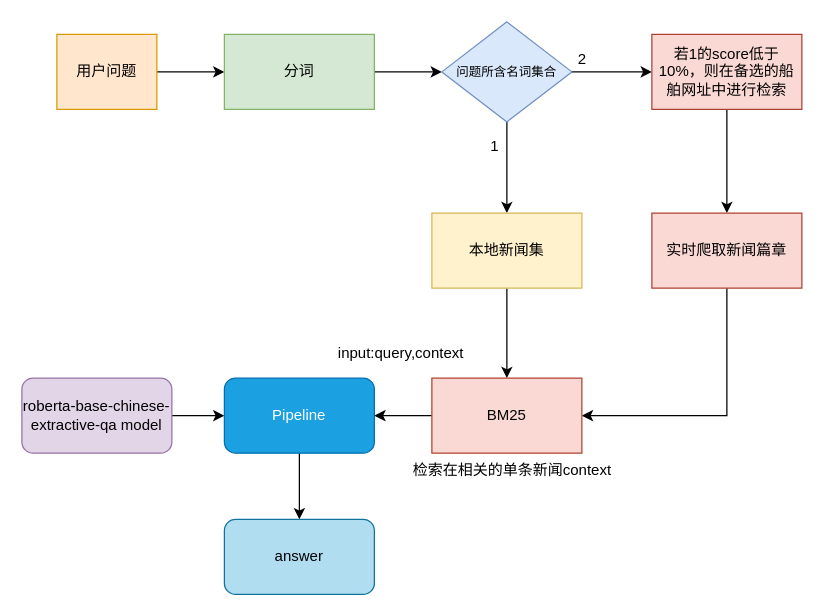
Earlier version of the draw.io diagram mrc module.drawio (zhongjiaguo/angular-ivy-pvt3hm). Source tidied: cells renumbered, new cells numbered last; positions are measured from the earlier drawing's top-left corner, leaving out a move shared by most shapes. Both pictures are drawn from the tidied source at 125%, with x=0, y=0 at pixel (21, 21).
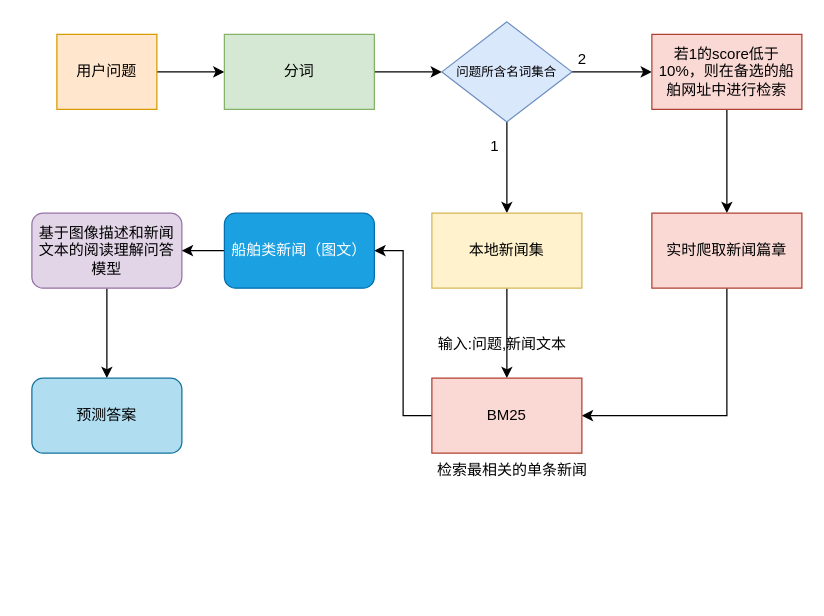
After the change.

Change to the diagram source:
```diff
@@
-    <mxCell id="2" style="edgeStyle=orthogonalEdgeStyle;rounded=0;jettySize=auto;html=1;" parent="1" edge="1" source="3" target="18">
-      <mxGeometry relative="1" as="geometry" />
-    </mxCell>
+    <mxCell id="26" style="edgeStyle=orthogonalEdgeStyle;rounded=0;jettySize=auto;html=1;exitX=0.5;exitY=1;exitDx=0;exitDy=0;entryX=0.5;entryY=0;entryDx=0;entryDy=0;" parent="1" edge="1" source="3" target="20">
+      <mxGeometry relative="1" as="geometry" />
+    </mxCell>
-    <mxCell id="3" value="roberta-base-chinese-extractive-qa model" style="rounded=1;whiteSpace=wrap;html=1;fillColor=#e1d5e7;strokeColor=#9673a6;" parent="1" vertex="1">
-      <mxGeometry y="285" width="120" height="60" as="geometry" />
+    <mxCell id="3" value="基于图像描述和新闻文本的阅读理解问答模型" style="rounded=1;whiteSpace=wrap;html=1;fillColor=#e1d5e7;strokeColor=#9673a6;" parent="1" vertex="1">
+      <mxGeometry x="8" y="153" width="120" height="60" as="geometry" />
     </mxCell>
@@
-    <mxCell id="17" style="edgeStyle=orthogonalEdgeStyle;rounded=0;jettySize=auto;html=1;fontSize=10;" parent="1" edge="1" source="18" target="20">
-      <mxGeometry relative="1" as="geometry" />
-    </mxCell>
+    <mxCell id="27" style="edgeStyle=orthogonalEdgeStyle;rounded=0;jettySize=auto;html=1;exitX=0;exitY=0.5;exitDx=0;exitDy=0;entryX=1;entryY=0.5;entryDx=0;entryDy=0;" parent="1" edge="1" source="18" target="3">
+      <mxGeometry relative="1" as="geometry" />
+    </mxCell>
-    <mxCell id="18" value="Pipeline" style="rounded=1;whiteSpace=wrap;html=1;fillColor=#1ba1e2;fontColor=#ffffff;strokeColor=#006EAF;" parent="1" vertex="1">
-      <mxGeometry x="162" y="285" width="120" height="60" as="geometry" />
+    <mxCell id="18" value="船舶类新闻（图文）" style="rounded=1;whiteSpace=wrap;html=1;fillColor=#1ba1e2;fontColor=#ffffff;strokeColor=#006EAF;" parent="1" vertex="1">
+      <mxGeometry x="162" y="153" width="120" height="60" as="geometry" />
     </mxCell>
-    <mxCell id="19" value="input:query,context" style="text;html=1;align=center;verticalAlign=middle;strokeColor=none;fillColor=none;" parent="1" vertex="1">
-      <mxGeometry x="243" y="250" width="120" height="30" as="geometry" />
+    <mxCell id="19" value="输入:问题,新闻文本" style="text;html=1;align=center;verticalAlign=middle;strokeColor=none;fillColor=none;" parent="1" vertex="1">
+      <mxGeometry x="323" y="245" width="121" height="26" as="geometry" />
     </mxCell>
-    <mxCell id="20" value="answer" style="whiteSpace=wrap;html=1;rounded=1;fillColor=#b1ddf0;strokeColor=#10739e;" parent="1" vertex="1">
-      <mxGeometry x="162" y="398" width="120" height="60" as="geometry" />
+    <mxCell id="20" value="预测答案" style="whiteSpace=wrap;html=1;rounded=1;fillColor=#b1ddf0;strokeColor=#10739e;" parent="1" vertex="1">
+      <mxGeometry x="8" y="285" width="120" height="60" as="geometry" />
     </mxCell>
@@
-    <mxCell id="25" value="&lt;span style=&quot;font-size: 12px;&quot;&gt;检索在相关的单条新闻context&lt;/span&gt;" style="text;html=1;align=center;verticalAlign=middle;strokeColor=none;fillColor=none;fontSize=10;" parent="1" vertex="1">
-      <mxGeometry x="303" y="345" width="177" height="27" as="geometry" />
+    <mxCell id="25" value="&lt;span style=&quot;font-size: 12px;&quot;&gt;检索最相关的单条新闻&lt;/span&gt;" style="text;html=1;align=center;verticalAlign=middle;strokeColor=none;fillColor=none;fontSize=10;" parent="1" vertex="1">
+      <mxGeometry x="323" y="346" width="138" height="26" as="geometry" />
     </mxCell>
```
